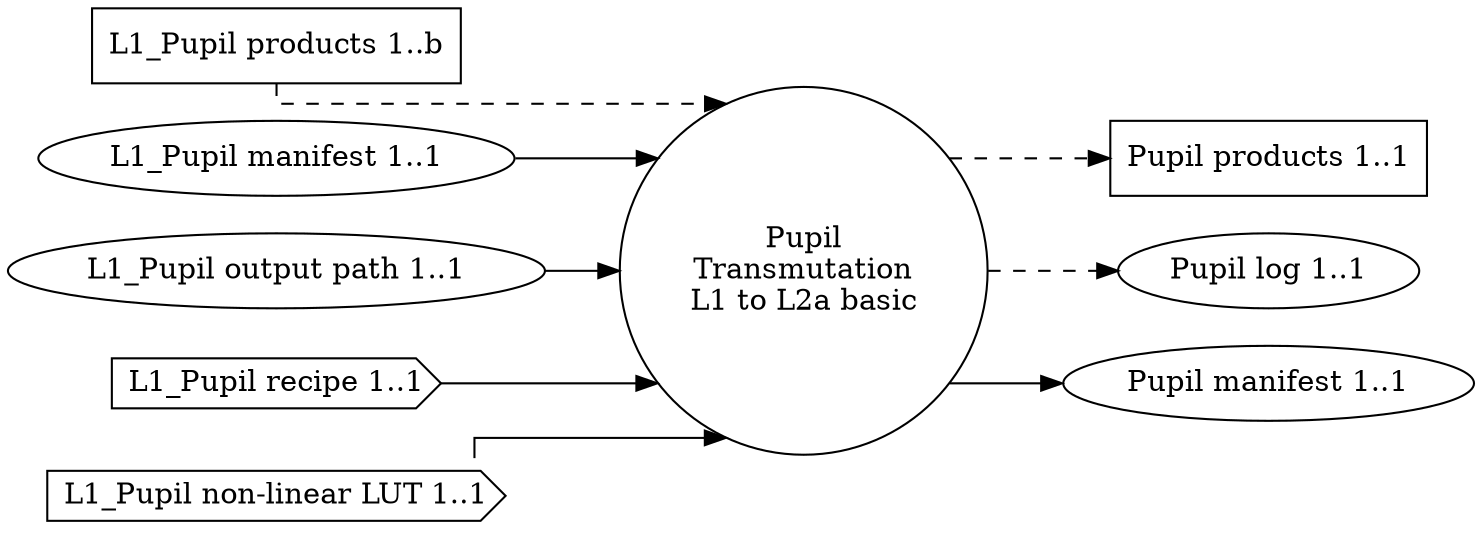
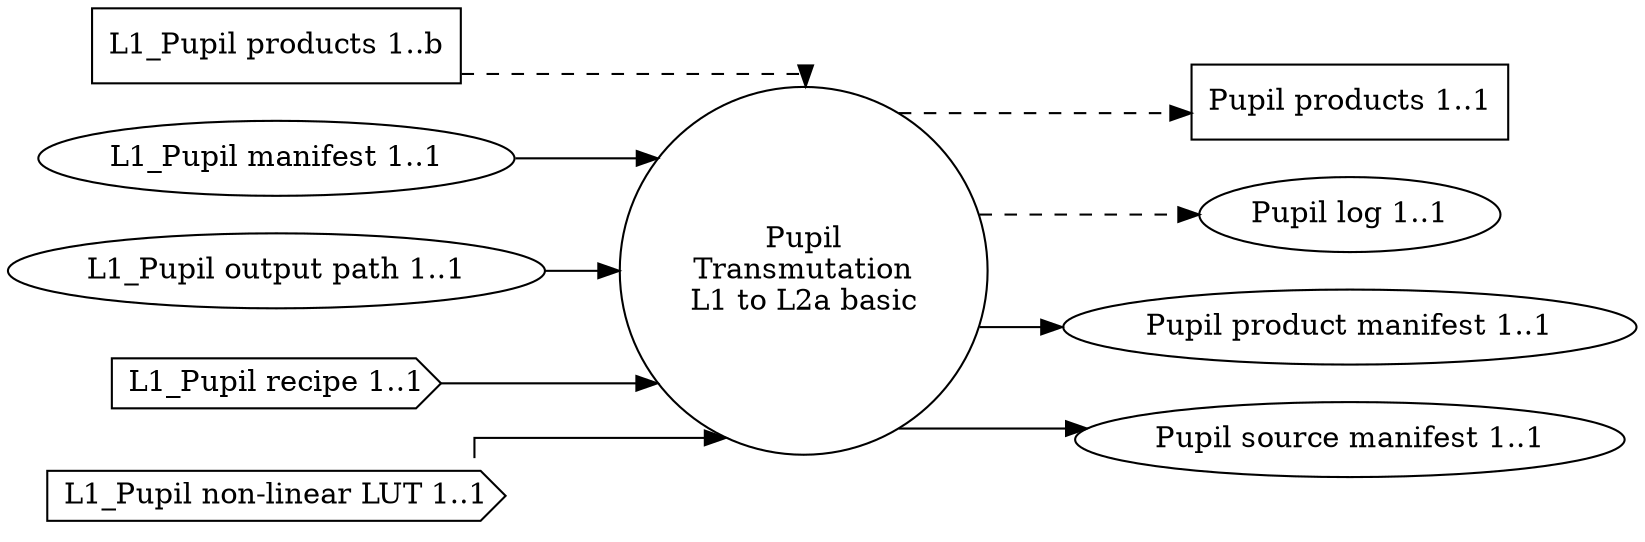
- digraph PupilCalibrations
- {
-   graph [splines="ortho", rankdir=LR];
- 
-   trans_pupil_l1_l2a [label="Pupil\nTransmutation\nL1 to L2a basic", shape="circle"];
- 
-   l1_pupil_prod [label="L1_Pupil products 1..b", shape="rectangle"];
-   l1_pupil_man [label="L1_Pupil manifest 1..1", shape="ellipse"];
-   l1_pupil_odir [label="L1_Pupil output path 1..1", shape="ellipse"];
-   l1_pupil_rec [label="L1_Pupil recipe 1..1", shape="cds"];
-   l1_pupil_nllut [label="L1_Pupil non-linear LUT 1..1", shape="cds"];
- 
-   pupil_prod [label="Pupil products 1..1", shape="rectangle"];
-   pupil_log [label="Pupil log 1..1", shape="ellipse"];
-   pupil_man [label="Pupil manifest 1..1", shape="ellipse"];
- 
-   l1_pupil_prod -> trans_pupil_l1_l2a [style="dashed"];
-   l1_pupil_man -> trans_pupil_l1_l2a;
-   l1_pupil_odir -> trans_pupil_l1_l2a;
-   l1_pupil_rec -> trans_pupil_l1_l2a;
-   l1_pupil_nllut -> trans_pupil_l1_l2a;
- 
-   trans_pupil_l1_l2a -> pupil_prod [style="dashed"];
-   trans_pupil_l1_l2a -> pupil_man;
-   trans_pupil_l1_l2a -> pupil_log [style="dashed"];
+ digraph PupilCalibrations {
+ graph [splines="ortho", rankdir=LR];
+ trans_cal_pupil_l1_l2a [label="Pupil\nTransmutation\nL1 to L2a basic", shape="circle", runname="l1.transmutation_cal_pupil", runtype="dawgie.Algorithm", fsmtype="dip.base.Runner"];
+ l1_cal_pupil_prod [label="L1_Pupil products 1..b", shape="rectangle"];
+ l1_cal_pupil_man [label="L1_Pupil manifest 1..1", shape="ellipse"];
+ l1_cal_pupil_odir [label="L1_Pupil output path 1..1", shape="ellipse"];
+ l1_cal_pupil_rec [label="L1_Pupil recipe 1..1", shape="cds"];
+ l1_cal_pupil_nllut [label="L1_Pupil non-linear LUT 1..1", shape="cds"];
+ cal_pupil_prod [label="Pupil products 1..1", shape="rectangle"];
+ cal_pupil_log [label="Pupil log 1..1", shape="ellipse"];
+ cal_pupil_man [label="Pupil product manifest 1..1", shape="ellipse", shape="ellipse", valname="l1.transmutation_cal_pupil.product.manifest", valtype="dip.base.Manifest"];
+ cal_pupil_src [label="Pupil source manifest 1..1", shape="ellipse", valname="l1.transmutation_cal_pupil.source.manifest", valtype="dip.base.Manifest"];
+ l1_cal_pupil_prod -> trans_cal_pupil_l1_l2a [style="dashed"];
+ l1_cal_pupil_man -> trans_cal_pupil_l1_l2a;
+ l1_cal_pupil_odir -> trans_cal_pupil_l1_l2a;
+ l1_cal_pupil_rec -> trans_cal_pupil_l1_l2a;
+ l1_cal_pupil_nllut -> trans_cal_pupil_l1_l2a;
+ trans_cal_pupil_l1_l2a -> cal_pupil_prod [style="dashed"];
+ trans_cal_pupil_l1_l2a -> cal_pupil_man;
+ trans_cal_pupil_l1_l2a -> cal_pupil_src;
+ trans_cal_pupil_l1_l2a -> cal_pupil_log [style="dashed"];
}
